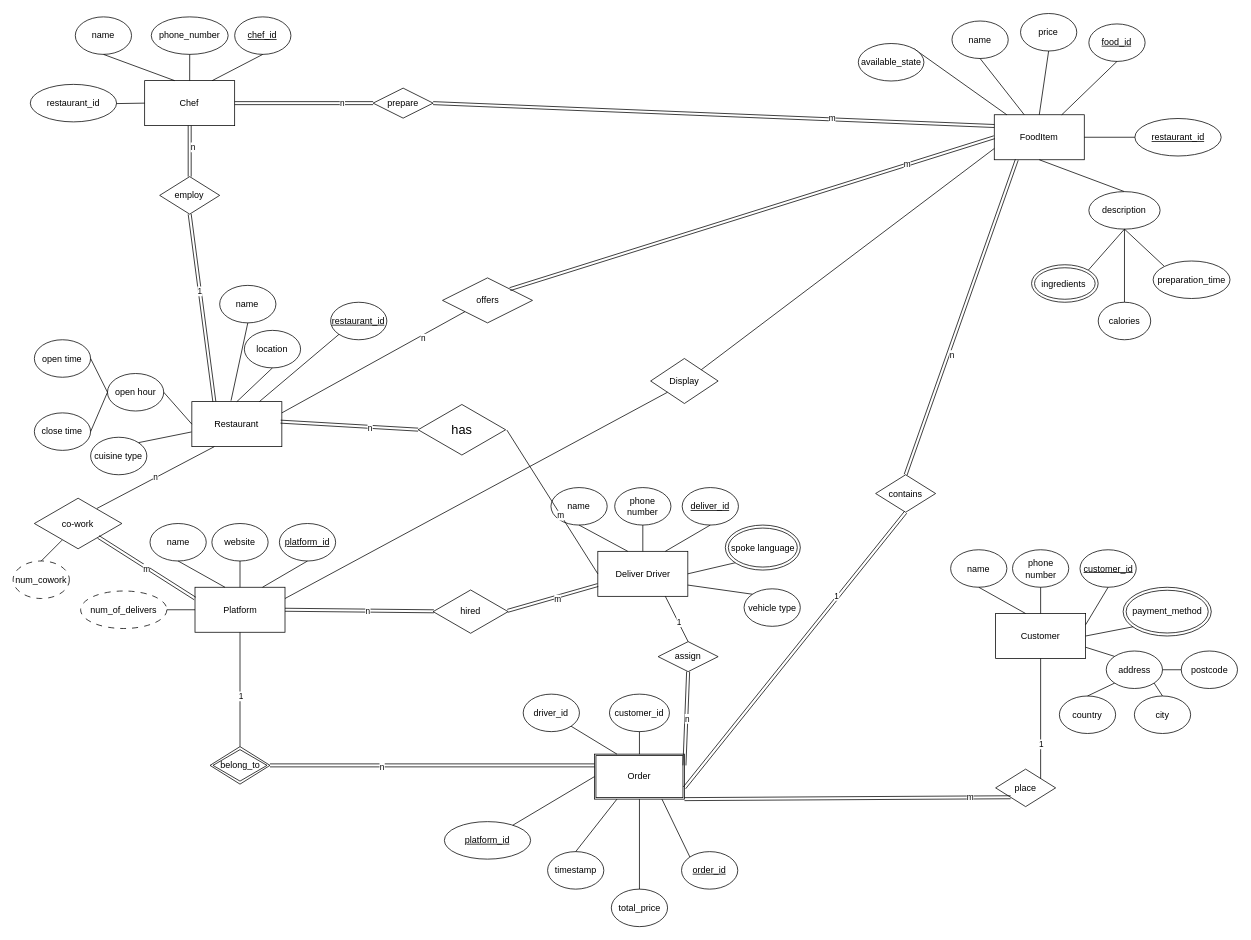
Earlier version of the draw.io diagram img/assignment1.drawio (MutianLiu110/JavaEESampleProject). Source tidied: cells renumbered, new cells numbered last; positions are measured from the earlier drawing's top-left corner, leaving out a move shared by most shapes. Both pictures are drawn from the tidied source at 75%, with x=0, y=0 at pixel (13, 13).
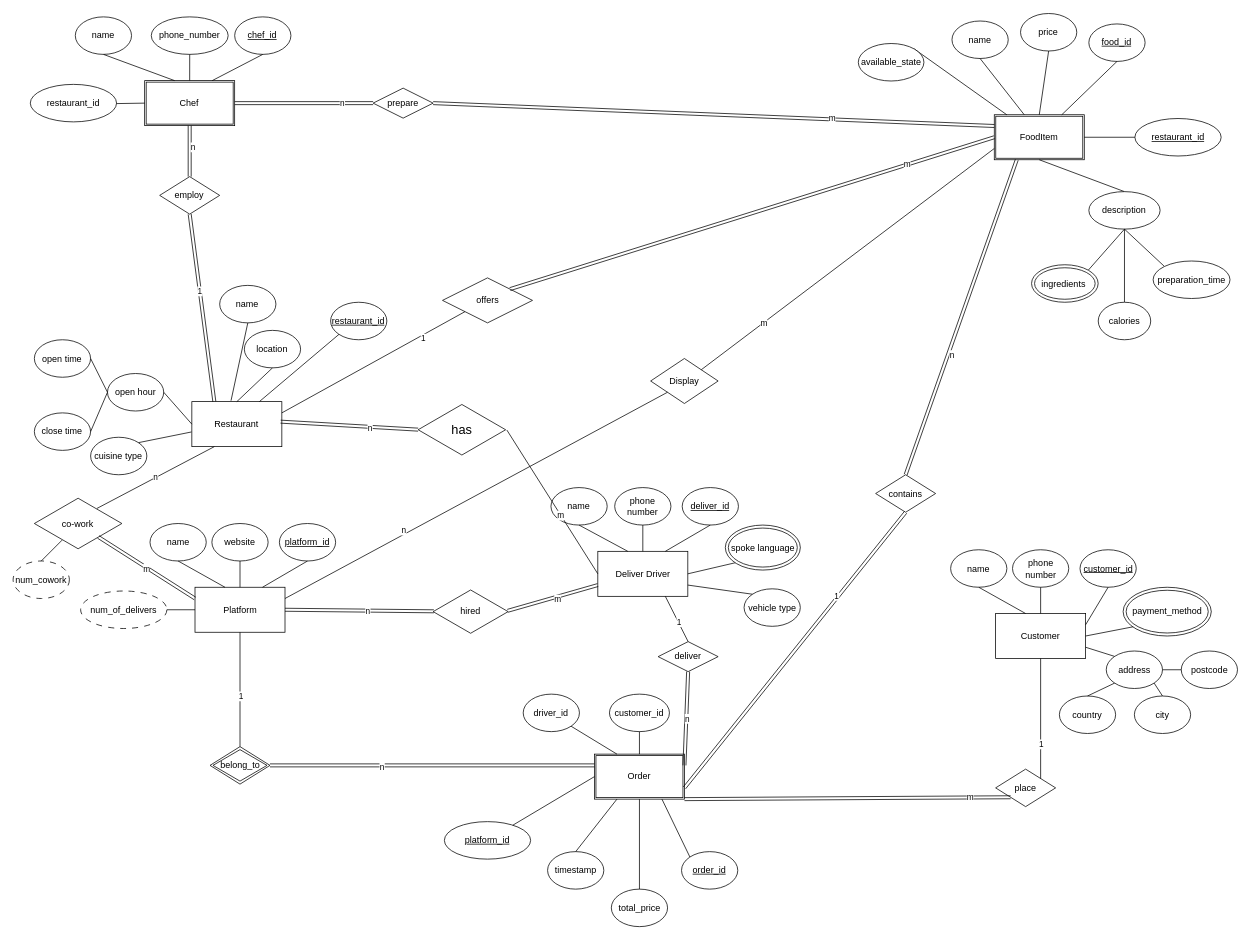
Above is the later version.

The change refers to these unchanged cells:
```xml
<mxCell id="115" style="endArrow=none;html=1;rounded=0;exitX=1;exitY=0.25;exitDx=0;exitDy=0;entryX=0;entryY=1;entryDx=0;entryDy=0;" parent="1" edge="1" source="2" target="114">
  <mxGeometry relative="1" as="geometry" />
</mxCell>
<mxCell id="145" style="endArrow=none;html=1;rounded=0;exitX=1;exitY=0.25;exitDx=0;exitDy=0;entryX=0;entryY=1;entryDx=0;entryDy=0;" parent="1" edge="1" source="45" target="144">
  <mxGeometry relative="1" as="geometry" />
</mxCell>
<mxCell id="146" style="endArrow=none;html=1;rounded=0;exitX=1;exitY=0;exitDx=0;exitDy=0;entryX=0;entryY=0.75;entryDx=0;entryDy=0;" parent="1" edge="1" source="144" target="80">
  <mxGeometry relative="1" as="geometry" />
</mxCell>
```

Change to the diagram source:
```diff
@@
-    <mxCell id="63" value="Chef" style="rounded=0;whiteSpace=wrap;html=1;" parent="1" vertex="1">
+    <mxCell id="63" value="Chef" style="shape=ext;double=1;rounded=0;whiteSpace=wrap;html=1;" parent="1" vertex="1">
       <mxGeometry x="175.4" y="90" width="120" height="60" as="geometry" />
     </mxCell>
@@
-    <mxCell id="80" value="FoodItem" style="rounded=0;whiteSpace=wrap;html=1;" parent="1" vertex="1">
+    <mxCell id="80" value="FoodItem" style="shape=ext;double=1;rounded=0;whiteSpace=wrap;html=1;" parent="1" vertex="1">
       <mxGeometry x="1308.2" y="135.5" width="120" height="60" as="geometry" />
     </mxCell>
@@
-    <mxCell id="116" value="n" style="edgeLabel;html=1;align=center;verticalAlign=middle;" parent="115" vertex="1">
+    <mxCell id="116" value="1" style="edgeLabel;html=1;align=center;verticalAlign=middle;" parent="115" vertex="1">
       <mxGeometry x="0.53" y="-4" relative="1" as="geometry" />
     </mxCell>
@@
-    <mxCell id="134" value="assign" style="rhombus;whiteSpace=wrap;html=1;" parent="1" vertex="1">
+    <mxCell id="134" value="deliver" style="rhombus;whiteSpace=wrap;html=1;" parent="1" vertex="1">
       <mxGeometry x="860" y="838" width="80" height="40" as="geometry" />
     </mxCell>
@@
+    <mxCell id="149" value="n" style="edgeLabel;html=1;align=center;verticalAlign=middle;" parent="145" vertex="1">
+      <mxGeometry x="-0.37" y="5" relative="1" as="geometry">
+        <mxPoint x="-1" as="offset" />
+      </mxGeometry>
+    </mxCell>
@@
+    <mxCell id="150" value="m" style="edgeLabel;html=1;align=center;verticalAlign=middle;" parent="146" vertex="1">
+      <mxGeometry x="-0.58" y="-1" relative="1" as="geometry">
+        <mxPoint y="-1" as="offset" />
+      </mxGeometry>
+    </mxCell>
```
